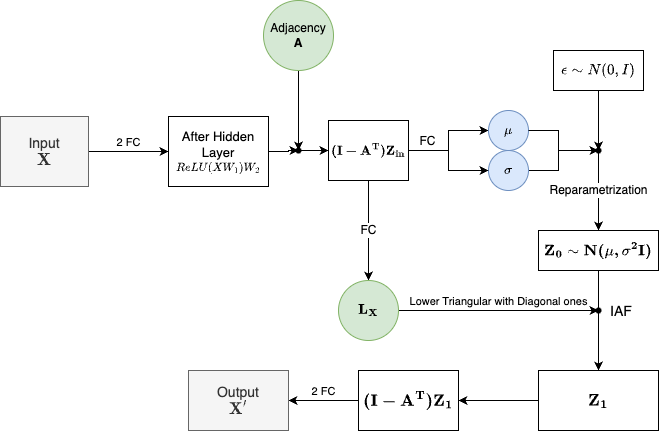
Above: Tex/fig/model.png in ddangchani/NFG-VAE (draw.io), before the change. Source tidied: cells renumbered, new cells last; positions are measured from the earlier drawing's top-left corner, leaving out a move shared by most shapes. The source it was exported from:
```xml
<mxGraphModel math="1">
  <root>
    <mxCell id="0" />
    <mxCell id="1" parent="0" />
    <mxCell id="2" value="2 FC" style="edgeStyle=orthogonalEdgeStyle;rounded=0;jettySize=auto;html=1;labelPosition=center;verticalLabelPosition=top;align=center;verticalAlign=bottom;" parent="1" edge="1" source="3" target="6">
      <mxGeometry relative="1" as="geometry" />
    </mxCell>
    <mxCell id="3" value="Input&lt;b&gt;&lt;br&gt;$$\bf X$$&lt;br&gt;&lt;/b&gt;" style="rounded=0;whiteSpace=wrap;html=1;fontSize=14;fillColor=#f5f5f5;fontColor=#333333;strokeColor=#666666;" parent="1" vertex="1">
      <mxGeometry y="116" width="88" height="70" as="geometry" />
    </mxCell>
    <mxCell id="4" style="edgeStyle=orthogonalEdgeStyle;rounded=0;jettySize=auto;html=1;" parent="1" edge="1" source="26" target="9">
      <mxGeometry relative="1" as="geometry" />
    </mxCell>
    <mxCell id="5" value="&lt;div style=&quot;font-size: 12px;&quot;&gt;FC&lt;/div&gt;" style="edgeStyle=orthogonalEdgeStyle;rounded=0;jettySize=auto;html=1;exitX=0.5;exitY=1;exitDx=0;exitDy=0;entryX=0.5;entryY=0;entryDx=0;entryDy=0;align=center;labelPosition=center;verticalLabelPosition=middle;verticalAlign=middle;fontSize=12;" parent="1" edge="1" source="9" target="21">
      <mxGeometry relative="1" as="geometry">
        <Array as="points">
          <mxPoint x="368" y="230" />
          <mxPoint x="368" y="230" />
        </Array>
      </mxGeometry>
    </mxCell>
    <mxCell id="6" value="&lt;font style=&quot;font-size: 13px;&quot;&gt;After Hidden Layer&lt;/font&gt;&lt;br&gt;$$ReLU(XW_1)W_2$$" style="whiteSpace=wrap;html=1;rounded=0;fontSize=10;" parent="1" vertex="1">
      <mxGeometry x="168" y="116" width="100" height="70" as="geometry" />
    </mxCell>
    <mxCell id="7" style="edgeStyle=orthogonalEdgeStyle;rounded=0;jettySize=auto;html=1;" parent="1" edge="1" source="9" target="10">
      <mxGeometry relative="1" as="geometry" />
    </mxCell>
    <mxCell id="8" style="edgeStyle=orthogonalEdgeStyle;rounded=0;jettySize=auto;html=1;" parent="1" edge="1" source="9" target="10">
      <mxGeometry relative="1" as="geometry" />
    </mxCell>
    <mxCell id="9" value="&lt;span style=&quot;font-size: 11px;&quot;&gt;$$\bf (I- A^T)Z_{in}$$&lt;/span&gt;" style="whiteSpace=wrap;html=1;rounded=0;fontSize=11;fontStyle=1;" parent="1" vertex="1">
      <mxGeometry x="328" y="120" width="80" height="60" as="geometry" />
    </mxCell>
    <mxCell id="10" value="$$\mu$$" style="ellipse;whiteSpace=wrap;html=1;rounded=0;fillColor=#dae8fc;strokeColor=#6c8ebf;" parent="1" vertex="1">
      <mxGeometry x="488" y="110" width="40" height="40" as="geometry" />
    </mxCell>
    <mxCell id="11" style="edgeStyle=orthogonalEdgeStyle;rounded=0;jettySize=auto;html=1;" parent="1" edge="1" source="12" target="16">
      <mxGeometry relative="1" as="geometry" />
    </mxCell>
    <mxCell id="12" value="$$\sigma$$" style="ellipse;whiteSpace=wrap;html=1;rounded=0;fillColor=#dae8fc;strokeColor=#6c8ebf;" parent="1" vertex="1">
      <mxGeometry x="488" y="150" width="40" height="40" as="geometry" />
    </mxCell>
    <mxCell id="13" value="Reparametrization" style="edgeStyle=orthogonalEdgeStyle;rounded=0;jettySize=auto;html=1;horizontal=1;labelPosition=center;verticalLabelPosition=middle;align=center;verticalAlign=middle;fontSize=12;" parent="1" edge="1" source="16" target="15">
      <mxGeometry relative="1" as="geometry" />
    </mxCell>
    <mxCell id="14" style="edgeStyle=orthogonalEdgeStyle;rounded=0;jettySize=auto;html=1;labelPosition=center;verticalLabelPosition=bottom;align=center;verticalAlign=top;fontSize=12;" parent="1" edge="1" source="15" target="19">
      <mxGeometry relative="1" as="geometry" />
    </mxCell>
    <mxCell id="15" value="$$ \bf{Z_0} \sim N(\mu, \sigma^2I)$$" style="whiteSpace=wrap;html=1;fontStyle=1;fontSize=13;" parent="1" vertex="1">
      <mxGeometry x="538" y="230" width="120" height="40" as="geometry" />
    </mxCell>
    <mxCell id="16" style="shape=waypoint;sketch=0;size=6;points=[];fillColor=default;perimeter=centerPerimeter;snapToPoint=1;rounded=0;" parent="1" vertex="1">
      <mxGeometry x="588" y="140" width="20" height="20" as="geometry" />
    </mxCell>
    <mxCell id="17" style="edgeStyle=orthogonalEdgeStyle;rounded=0;jettySize=auto;html=1;entryX=0.65;entryY=0.8;entryDx=0;entryDy=0;entryPerimeter=0;" parent="1" edge="1" source="10" target="16">
      <mxGeometry relative="1" as="geometry" />
    </mxCell>
    <mxCell id="18" style="edgeStyle=orthogonalEdgeStyle;rounded=0;jettySize=auto;html=1;entryX=1;entryY=0.5;entryDx=0;entryDy=0;" parent="1" edge="1" source="19" target="28">
      <mxGeometry relative="1" as="geometry" />
    </mxCell>
    <mxCell id="19" value="&lt;span style=&quot;font-size: 14px;&quot;&gt;$$\bf Z_1$$&lt;/span&gt;" style="whiteSpace=wrap;html=1;fontStyle=0;fontSize=14;horizontal=1;" parent="1" vertex="1">
      <mxGeometry x="538" y="370" width="120" height="60" as="geometry" />
    </mxCell>
    <mxCell id="20" value="Lower Triangular with Diagonal ones" style="edgeStyle=orthogonalEdgeStyle;rounded=0;jettySize=auto;html=1;labelPosition=center;verticalLabelPosition=top;align=center;verticalAlign=bottom;labelBackgroundColor=none;" parent="1" edge="1" source="21" target="22">
      <mxGeometry relative="1" as="geometry" />
    </mxCell>
    <mxCell id="21" value="$$\bf L_X$$" style="ellipse;whiteSpace=wrap;html=1;rounded=0;fillColor=#d5e8d4;strokeColor=#82b366;fontStyle=1;" parent="1" vertex="1">
      <mxGeometry x="338" y="280" width="60" height="60" as="geometry" />
    </mxCell>
    <mxCell id="22" value="IAF" style="shape=waypoint;sketch=0;size=6;points=[];fillColor=default;perimeter=centerPerimeter;snapToPoint=1;rounded=0;align=left;labelPosition=right;verticalLabelPosition=middle;verticalAlign=middle;fontSize=14;" parent="1" vertex="1">
      <mxGeometry x="588" y="300" width="20" height="20" as="geometry" />
    </mxCell>
    <mxCell id="23" style="edgeStyle=orthogonalEdgeStyle;rounded=0;jettySize=auto;html=1;" parent="1" edge="1" source="24" target="26">
      <mxGeometry relative="1" as="geometry" />
    </mxCell>
    <mxCell id="24" value="Adjacency&lt;br&gt;&lt;b&gt;A&lt;/b&gt;" style="ellipse;html=1;fillColor=#d5e8d4;strokeColor=#82b366;verticalAlign=middle;spacing=0;whiteSpace=wrap;labelBorderColor=none;" parent="1" vertex="1">
      <mxGeometry x="263" width="70" height="70" as="geometry" />
    </mxCell>
    <mxCell id="25" style="edgeStyle=orthogonalEdgeStyle;rounded=0;jettySize=auto;html=1;" parent="1" edge="1" source="6" target="26">
      <mxGeometry relative="1" as="geometry" />
    </mxCell>
    <mxCell id="26" style="shape=waypoint;sketch=0;size=6;points=[];fillColor=default;perimeter=centerPerimeter;snapToPoint=1;" parent="1" vertex="1">
      <mxGeometry x="288" y="140" width="20" height="20" as="geometry" />
    </mxCell>
    <mxCell id="27" value="2 FC" style="edgeStyle=orthogonalEdgeStyle;rounded=0;jettySize=auto;html=1;labelPosition=center;verticalLabelPosition=top;align=center;verticalAlign=bottom;" parent="1" edge="1" source="28" target="30">
      <mxGeometry relative="1" as="geometry" />
    </mxCell>
    <mxCell id="28" value="$$\bf (I-A^T)Z_{1}$$" style="whiteSpace=wrap;html=1;fontSize=14;fontStyle=1;" parent="1" vertex="1">
      <mxGeometry x="358" y="370" width="100" height="60" as="geometry" />
    </mxCell>
    <mxCell id="29" style="edgeStyle=orthogonalEdgeStyle;rounded=0;orthogonalLoop=1;jettySize=auto;html=1;exitX=0.5;exitY=1;exitDx=0;exitDy=0;" parent="1" edge="1" source="19" target="19">
      <mxGeometry relative="1" as="geometry" />
    </mxCell>
    <mxCell id="30" value="Output&lt;br&gt;$$\bf X'$$" style="whiteSpace=wrap;html=1;fontSize=14;align=center;labelPosition=center;verticalLabelPosition=middle;verticalAlign=middle;horizontal=1;fillColor=#f5f5f5;fontColor=#333333;strokeColor=#666666;" parent="1" vertex="1">
      <mxGeometry x="188" y="370" width="100" height="60" as="geometry" />
    </mxCell>
    <mxCell id="31" style="group;" parent="1" vertex="1">
      <mxGeometry x="402" y="126" width="50" height="30" as="geometry" />
    </mxCell>
    <mxCell id="32" style="edgeStyle=orthogonalEdgeStyle;rounded=0;jettySize=auto;html=1;entryX=0;entryY=0.5;entryDx=0;entryDy=0;" parent="31" edge="1" source="9" target="12">
      <mxGeometry relative="1" as="geometry" />
    </mxCell>
    <mxCell id="33" value="FC" style="text;html=1;align=center;verticalAlign=middle;strokeColor=none;fillColor=none;fontSize=12;" parent="31" vertex="1">
      <mxGeometry x="5" width="40" height="30" as="geometry" />
    </mxCell>
    <mxCell id="34" style="edgeStyle=orthogonalEdgeStyle;rounded=0;jettySize=auto;html=1;" parent="1" edge="1" source="35" target="16">
      <mxGeometry relative="1" as="geometry" />
    </mxCell>
    <mxCell id="35" value="&lt;meta charset=&quot;utf-8&quot;&gt;&lt;span style=&quot;color: rgb(0, 0, 0); font-family: Helvetica; font-size: 13px; font-style: normal; font-variant-ligatures: normal; font-variant-caps: normal; font-weight: 400; letter-spacing: normal; orphans: 2; text-align: center; text-indent: 0px; text-transform: none; widows: 2; word-spacing: 0px; -webkit-text-stroke-width: 0px; text-decoration-thickness: initial; text-decoration-style: initial; text-decoration-color: initial; float: none; display: inline !important;&quot;&gt;$$\epsilon\sim N(0,I)$$&lt;/span&gt;" style="rounded=0;whiteSpace=wrap;html=1;labelBackgroundColor=none;" parent="1" vertex="1">
      <mxGeometry x="553" y="50" width="90" height="40" as="geometry" />
    </mxCell>
  </root>
</mxGraphModel>
```
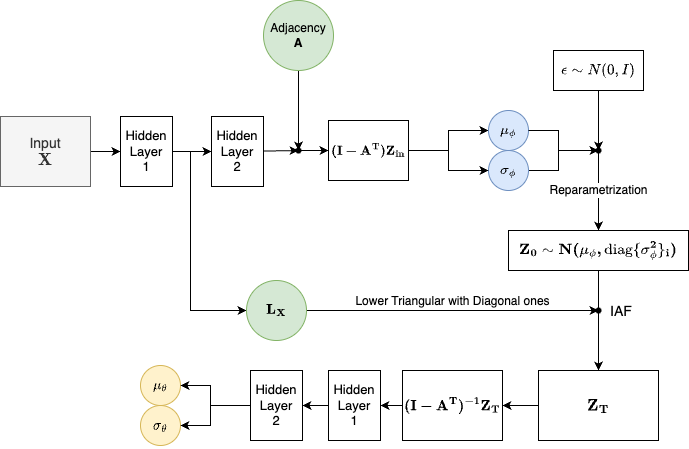
Above is the later version.

The edit, as a diff of the source:
```diff
@@ -2,25 +2,31 @@
   <root>
     <mxCell id="0" />
     <mxCell id="1" parent="0" />
-    <mxCell id="2" value="2 FC" style="edgeStyle=orthogonalEdgeStyle;rounded=0;jettySize=auto;html=1;labelPosition=center;verticalLabelPosition=top;align=center;verticalAlign=bottom;" parent="1" edge="1" source="3" target="6">
+    <mxCell id="2" style="edgeStyle=none;html=1;" parent="1" edge="1" source="3" target="6">
       <mxGeometry relative="1" as="geometry" />
     </mxCell>
     <mxCell id="3" value="Input&lt;b&gt;&lt;br&gt;$$\bf X$$&lt;br&gt;&lt;/b&gt;" style="rounded=0;whiteSpace=wrap;html=1;fontSize=14;fillColor=#f5f5f5;fontColor=#333333;strokeColor=#666666;" parent="1" vertex="1">
-      <mxGeometry y="116" width="88" height="70" as="geometry" />
+      <mxGeometry y="116" width="90" height="70" as="geometry" />
     </mxCell>
     <mxCell id="4" style="edgeStyle=orthogonalEdgeStyle;rounded=0;jettySize=auto;html=1;" parent="1" edge="1" source="26" target="9">
       <mxGeometry relative="1" as="geometry" />
     </mxCell>
-    <mxCell id="5" value="&lt;div style=&quot;font-size: 12px;&quot;&gt;FC&lt;/div&gt;" style="edgeStyle=orthogonalEdgeStyle;rounded=0;jettySize=auto;html=1;exitX=0.5;exitY=1;exitDx=0;exitDy=0;entryX=0.5;entryY=0;entryDx=0;entryDy=0;align=center;labelPosition=center;verticalLabelPosition=middle;verticalAlign=middle;fontSize=12;" parent="1" edge="1" source="9" target="21">
+    <mxCell id="5" value="&lt;div style=&quot;font-size: 12px;&quot;&gt;&lt;br&gt;&lt;/div&gt;" style="edgeStyle=orthogonalEdgeStyle;rounded=0;jettySize=auto;html=1;entryX=0;entryY=0.5;entryDx=0;entryDy=0;align=center;labelPosition=center;verticalLabelPosition=middle;verticalAlign=middle;fontSize=12;" parent="1" edge="1" target="21">
       <mxGeometry relative="1" as="geometry">
+        <mxPoint x="180" y="151" as="sourcePoint" />
         <Array as="points">
-          <mxPoint x="368" y="230" />
-          <mxPoint x="368" y="230" />
+          <mxPoint x="190" y="151" />
+          <mxPoint x="190" y="310" />
+          <mxPoint x="240" y="310" />
+          <mxPoint x="240" y="310" />
         </Array>
       </mxGeometry>
     </mxCell>
+    <mxCell id="36" style="edgeStyle=none;html=1;" parent="1" edge="1" source="6" target="39">
+      <mxGeometry relative="1" as="geometry" />
+    </mxCell>
-    <mxCell id="6" value="&lt;font style=&quot;font-size: 13px;&quot;&gt;After Hidden Layer&lt;/font&gt;&lt;br&gt;$$ReLU(XW_1)W_2$$" style="whiteSpace=wrap;html=1;rounded=0;fontSize=10;" parent="1" vertex="1">
-      <mxGeometry x="168" y="116" width="100" height="70" as="geometry" />
+    <mxCell id="6" value="&lt;span style=&quot;font-size: 13px;&quot;&gt;Hidden &lt;br&gt;Layer&lt;br&gt;1&lt;br&gt;&lt;/span&gt;" style="whiteSpace=wrap;html=1;rounded=0;fontSize=10;" parent="1" vertex="1">
+      <mxGeometry x="120" y="116" width="52" height="70" as="geometry" />
     </mxCell>
     <mxCell id="7" style="edgeStyle=orthogonalEdgeStyle;rounded=0;jettySize=auto;html=1;" parent="1" edge="1" source="9" target="10">
       <mxGeometry relative="1" as="geometry" />
@@ -31,13 +37,13 @@
     <mxCell id="9" value="&lt;span style=&quot;font-size: 11px;&quot;&gt;$$\bf (I- A^T)Z_{in}$$&lt;/span&gt;" style="whiteSpace=wrap;html=1;rounded=0;fontSize=11;fontStyle=1;" parent="1" vertex="1">
       <mxGeometry x="328" y="120" width="80" height="60" as="geometry" />
     </mxCell>
-    <mxCell id="10" value="$$\mu$$" style="ellipse;whiteSpace=wrap;html=1;rounded=0;fillColor=#dae8fc;strokeColor=#6c8ebf;" parent="1" vertex="1">
+    <mxCell id="10" value="$$\mu_\phi$$" style="ellipse;whiteSpace=wrap;html=1;rounded=0;fillColor=#dae8fc;strokeColor=#6c8ebf;" parent="1" vertex="1">
       <mxGeometry x="488" y="110" width="40" height="40" as="geometry" />
     </mxCell>
     <mxCell id="11" style="edgeStyle=orthogonalEdgeStyle;rounded=0;jettySize=auto;html=1;" parent="1" edge="1" source="12" target="16">
       <mxGeometry relative="1" as="geometry" />
     </mxCell>
-    <mxCell id="12" value="$$\sigma$$" style="ellipse;whiteSpace=wrap;html=1;rounded=0;fillColor=#dae8fc;strokeColor=#6c8ebf;" parent="1" vertex="1">
+    <mxCell id="12" value="$$\sigma_\phi$$" style="ellipse;whiteSpace=wrap;html=1;rounded=0;fillColor=#dae8fc;strokeColor=#6c8ebf;" parent="1" vertex="1">
       <mxGeometry x="488" y="150" width="40" height="40" as="geometry" />
     </mxCell>
     <mxCell id="13" value="Reparametrization" style="edgeStyle=orthogonalEdgeStyle;rounded=0;jettySize=auto;html=1;horizontal=1;labelPosition=center;verticalLabelPosition=middle;align=center;verticalAlign=middle;fontSize=12;" parent="1" edge="1" source="16" target="15">
@@ -46,8 +52,8 @@
     <mxCell id="14" style="edgeStyle=orthogonalEdgeStyle;rounded=0;jettySize=auto;html=1;labelPosition=center;verticalLabelPosition=bottom;align=center;verticalAlign=top;fontSize=12;" parent="1" edge="1" source="15" target="19">
       <mxGeometry relative="1" as="geometry" />
     </mxCell>
-    <mxCell id="15" value="$$ \bf{Z_0} \sim N(\mu, \sigma^2I)$$" style="whiteSpace=wrap;html=1;fontStyle=1;fontSize=13;" parent="1" vertex="1">
-      <mxGeometry x="538" y="230" width="120" height="40" as="geometry" />
+    <mxCell id="15" value="$$ \bf{Z_0} \sim N(\mu_\phi, \mathrm{diag}\{\sigma_{\phi }^2\}_i)$$" style="whiteSpace=wrap;html=1;fontStyle=1;fontSize=13;" parent="1" vertex="1">
+      <mxGeometry x="508" y="230" width="180" height="40" as="geometry" />
     </mxCell>
     <mxCell id="16" style="shape=waypoint;sketch=0;size=6;points=[];fillColor=default;perimeter=centerPerimeter;snapToPoint=1;rounded=0;" parent="1" vertex="1">
       <mxGeometry x="588" y="140" width="20" height="20" as="geometry" />
@@ -58,14 +64,14 @@
     <mxCell id="18" style="edgeStyle=orthogonalEdgeStyle;rounded=0;jettySize=auto;html=1;entryX=1;entryY=0.5;entryDx=0;entryDy=0;" parent="1" edge="1" source="19" target="28">
       <mxGeometry relative="1" as="geometry" />
     </mxCell>
-    <mxCell id="19" value="&lt;span style=&quot;font-size: 14px;&quot;&gt;$$\bf Z_1$$&lt;/span&gt;" style="whiteSpace=wrap;html=1;fontStyle=0;fontSize=14;horizontal=1;" parent="1" vertex="1">
-      <mxGeometry x="538" y="370" width="120" height="60" as="geometry" />
+    <mxCell id="19" value="&lt;span style=&quot;font-size: 14px;&quot;&gt;$$\bf Z_T$$&lt;/span&gt;" style="whiteSpace=wrap;html=1;fontStyle=0;fontSize=14;horizontal=1;" parent="1" vertex="1">
+      <mxGeometry x="538" y="370" width="120" height="70" as="geometry" />
     </mxCell>
-    <mxCell id="20" value="Lower Triangular with Diagonal ones" style="edgeStyle=orthogonalEdgeStyle;rounded=0;jettySize=auto;html=1;labelPosition=center;verticalLabelPosition=top;align=center;verticalAlign=bottom;labelBackgroundColor=none;" parent="1" edge="1" source="21" target="22">
+    <mxCell id="20" value="Lower Triangular with Diagonal ones" style="edgeStyle=orthogonalEdgeStyle;rounded=0;jettySize=auto;html=1;labelPosition=center;verticalLabelPosition=top;align=center;verticalAlign=bottom;labelBackgroundColor=none;fontSize=12;" parent="1" edge="1" source="21" target="22">
       <mxGeometry relative="1" as="geometry" />
     </mxCell>
     <mxCell id="21" value="$$\bf L_X$$" style="ellipse;whiteSpace=wrap;html=1;rounded=0;fillColor=#d5e8d4;strokeColor=#82b366;fontStyle=1;" parent="1" vertex="1">
-      <mxGeometry x="338" y="280" width="60" height="60" as="geometry" />
+      <mxGeometry x="246" y="280" width="60" height="60" as="geometry" />
     </mxCell>
     <mxCell id="22" value="IAF" style="shape=waypoint;sketch=0;size=6;points=[];fillColor=default;perimeter=centerPerimeter;snapToPoint=1;rounded=0;align=left;labelPosition=right;verticalLabelPosition=middle;verticalAlign=middle;fontSize=14;" parent="1" vertex="1">
       <mxGeometry x="588" y="300" width="20" height="20" as="geometry" />
@@ -76,38 +82,66 @@
     <mxCell id="24" value="Adjacency&lt;br&gt;&lt;b&gt;A&lt;/b&gt;" style="ellipse;html=1;fillColor=#d5e8d4;strokeColor=#82b366;verticalAlign=middle;spacing=0;whiteSpace=wrap;labelBorderColor=none;" parent="1" vertex="1">
       <mxGeometry x="263" width="70" height="70" as="geometry" />
     </mxCell>
-    <mxCell id="25" style="edgeStyle=orthogonalEdgeStyle;rounded=0;jettySize=auto;html=1;" parent="1" edge="1" source="6" target="26">
-      <mxGeometry relative="1" as="geometry" />
-    </mxCell>
     <mxCell id="26" style="shape=waypoint;sketch=0;size=6;points=[];fillColor=default;perimeter=centerPerimeter;snapToPoint=1;" parent="1" vertex="1">
       <mxGeometry x="288" y="140" width="20" height="20" as="geometry" />
     </mxCell>
-    <mxCell id="27" value="2 FC" style="edgeStyle=orthogonalEdgeStyle;rounded=0;jettySize=auto;html=1;labelPosition=center;verticalLabelPosition=top;align=center;verticalAlign=bottom;" parent="1" edge="1" source="28" target="30">
-      <mxGeometry relative="1" as="geometry" />
-    </mxCell>
+    <mxCell id="37" style="edgeStyle=none;html=1;fontSize=12;" parent="1" edge="1" source="28" target="42">
+      <mxGeometry relative="1" as="geometry" />
+    </mxCell>
-    <mxCell id="28" value="$$\bf (I-A^T)Z_{1}$$" style="whiteSpace=wrap;html=1;fontSize=14;fontStyle=1;" parent="1" vertex="1">
-      <mxGeometry x="358" y="370" width="100" height="60" as="geometry" />
+    <mxCell id="28" value="$$\bf (I-A^T)^{-1}Z_{T}$$" style="whiteSpace=wrap;html=1;fontSize=12;fontStyle=1;" parent="1" vertex="1">
+      <mxGeometry x="402" y="370" width="100" height="70" as="geometry" />
     </mxCell>
     <mxCell id="29" style="edgeStyle=orthogonalEdgeStyle;rounded=0;orthogonalLoop=1;jettySize=auto;html=1;exitX=0.5;exitY=1;exitDx=0;exitDy=0;" parent="1" edge="1" source="19" target="19">
       <mxGeometry relative="1" as="geometry" />
     </mxCell>
-    <mxCell id="30" value="Output&lt;br&gt;$$\bf X'$$" style="whiteSpace=wrap;html=1;fontSize=14;align=center;labelPosition=center;verticalLabelPosition=middle;verticalAlign=middle;horizontal=1;fillColor=#f5f5f5;fontColor=#333333;strokeColor=#666666;" parent="1" vertex="1">
-      <mxGeometry x="188" y="370" width="100" height="60" as="geometry" />
-    </mxCell>
     <mxCell id="31" style="group;" parent="1" vertex="1">
-      <mxGeometry x="402" y="126" width="50" height="30" as="geometry" />
+      <mxGeometry x="402" y="126" width="50" height="35" as="geometry" />
     </mxCell>
     <mxCell id="32" style="edgeStyle=orthogonalEdgeStyle;rounded=0;jettySize=auto;html=1;entryX=0;entryY=0.5;entryDx=0;entryDy=0;" parent="31" edge="1" source="9" target="12">
       <mxGeometry relative="1" as="geometry" />
     </mxCell>
-    <mxCell id="33" value="FC" style="text;html=1;align=center;verticalAlign=middle;strokeColor=none;fillColor=none;fontSize=12;" parent="31" vertex="1">
-      <mxGeometry x="5" width="40" height="30" as="geometry" />
-    </mxCell>
     <mxCell id="34" style="edgeStyle=orthogonalEdgeStyle;rounded=0;jettySize=auto;html=1;" parent="1" edge="1" source="35" target="16">
       <mxGeometry relative="1" as="geometry" />
     </mxCell>
     <mxCell id="35" value="&lt;meta charset=&quot;utf-8&quot;&gt;&lt;span style=&quot;color: rgb(0, 0, 0); font-family: Helvetica; font-size: 13px; font-style: normal; font-variant-ligatures: normal; font-variant-caps: normal; font-weight: 400; letter-spacing: normal; orphans: 2; text-align: center; text-indent: 0px; text-transform: none; widows: 2; word-spacing: 0px; -webkit-text-stroke-width: 0px; text-decoration-thickness: initial; text-decoration-style: initial; text-decoration-color: initial; float: none; display: inline !important;&quot;&gt;$$\epsilon\sim N(0,I)$$&lt;/span&gt;" style="rounded=0;whiteSpace=wrap;html=1;labelBackgroundColor=none;" parent="1" vertex="1">
       <mxGeometry x="553" y="50" width="90" height="40" as="geometry" />
     </mxCell>
+    <mxCell id="38" style="edgeStyle=none;html=1;" parent="1" edge="1" source="39" target="26">
+      <mxGeometry relative="1" as="geometry" />
+    </mxCell>
+    <mxCell id="39" value="&lt;span style=&quot;font-size: 13px;&quot;&gt;Hidden &lt;br&gt;Layer&lt;br&gt;2&lt;br&gt;&lt;/span&gt;" style="whiteSpace=wrap;html=1;rounded=0;fontSize=10;" parent="1" vertex="1">
+      <mxGeometry x="211" y="116" width="52" height="70" as="geometry" />
+    </mxCell>
+    <mxCell id="40" value="&lt;span style=&quot;font-size: 13px;&quot;&gt;Hidden &lt;br&gt;Layer&lt;br&gt;2&lt;br&gt;&lt;/span&gt;" style="whiteSpace=wrap;html=1;rounded=0;fontSize=10;" parent="1" vertex="1">
+      <mxGeometry x="250" y="370" width="52" height="70" as="geometry" />
+    </mxCell>
+    <mxCell id="41" style="edgeStyle=none;html=1;fontSize=12;" parent="1" edge="1" source="42" target="40">
+      <mxGeometry relative="1" as="geometry" />
+    </mxCell>
+    <mxCell id="42" value="&lt;span style=&quot;font-size: 13px;&quot;&gt;Hidden &lt;br&gt;Layer&lt;br&gt;1&lt;br&gt;&lt;/span&gt;" style="whiteSpace=wrap;html=1;rounded=0;fontSize=10;" parent="1" vertex="1">
+      <mxGeometry x="328" y="370" width="52" height="70" as="geometry" />
+    </mxCell>
+    <mxCell id="43" value="$$\mu_\theta$$" style="ellipse;whiteSpace=wrap;html=1;rounded=0;fillColor=#fff2cc;strokeColor=#d6b656;" parent="1" vertex="1">
+      <mxGeometry x="140" y="365" width="40" height="40" as="geometry" />
+    </mxCell>
+    <mxCell id="44" value="$$\sigma_\theta$$" style="ellipse;whiteSpace=wrap;html=1;rounded=0;fillColor=#fff2cc;strokeColor=#d6b656;" parent="1" vertex="1">
+      <mxGeometry x="140" y="405" width="40" height="40" as="geometry" />
+    </mxCell>
+    <mxCell id="45" style="edgeStyle=orthogonalEdgeStyle;rounded=0;jettySize=auto;html=1;entryX=1;entryY=0.5;entryDx=0;entryDy=0;exitX=0;exitY=0.5;exitDx=0;exitDy=0;" parent="1" edge="1" source="40" target="44">
+      <mxGeometry relative="1" as="geometry">
+        <Array as="points">
+          <mxPoint x="210" y="405" />
+          <mxPoint x="210" y="425" />
+        </Array>
+      </mxGeometry>
+    </mxCell>
+    <mxCell id="46" style="edgeStyle=orthogonalEdgeStyle;rounded=0;jettySize=auto;html=1;entryX=1;entryY=0.5;entryDx=0;entryDy=0;exitX=0;exitY=0.5;exitDx=0;exitDy=0;" parent="1" edge="1" source="40" target="43">
+      <mxGeometry relative="1" as="geometry">
+        <Array as="points">
+          <mxPoint x="210" y="405" />
+          <mxPoint x="210" y="385" />
+        </Array>
+      </mxGeometry>
+    </mxCell>
   </root>
 </mxGraphModel>
```
